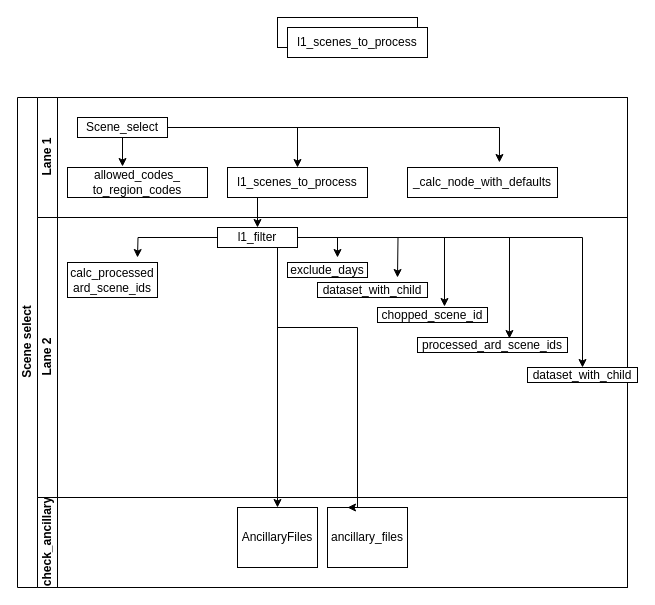
Before: docs/scene_select_swimlanes.drawio in GeoscienceAustralia/dea-ard-scene-select, a draw.io diagram. Source tidied: cells renumbered, new cells numbered last; positions are measured from the earlier drawing's top-left corner, leaving out a move shared by most shapes. Both pictures are drawn from the tidied source at 100%, with x=0, y=0 at pixel (17, 17).
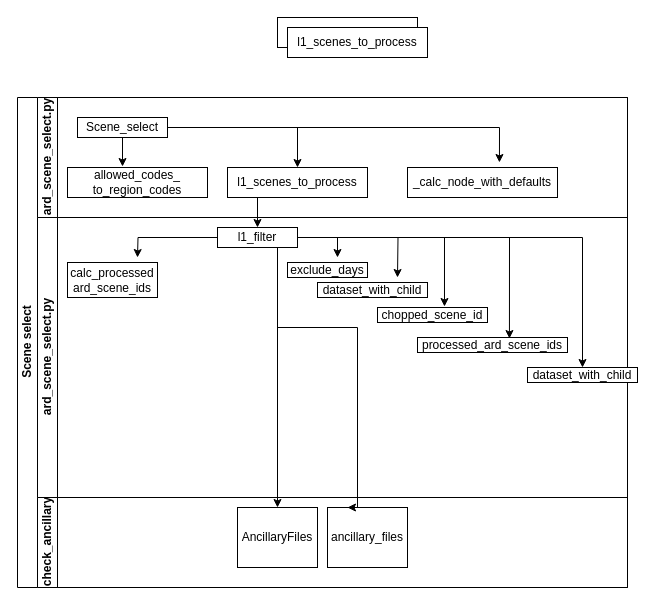
The same diagram, later.

Unchanged cells that the change refers to:
```xml
<mxCell id="2" value="Scene select" style="swimlane;html=1;horizontal=0;startSize=20;" parent="1" vertex="1">
  <mxGeometry y="80" width="610" height="490" as="geometry" />
</mxCell>
```

The edit, as a diff of the source:
```diff
@@
-    <mxCell id="3" value="Lane 1" style="swimlane;html=1;startSize=20;horizontal=0;" parent="2" vertex="1">
+    <mxCell id="3" value="ard_scene_select.py" style="swimlane;html=1;startSize=20;horizontal=0;" parent="2" vertex="1">
       <mxGeometry x="20" width="590" height="120" as="geometry" />
     </mxCell>
@@
-    <mxCell id="11" value="Lane 2" style="swimlane;html=1;startSize=20;horizontal=0;" parent="2" vertex="1">
+    <mxCell id="11" value="ard_scene_select.py" style="swimlane;html=1;startSize=20;horizontal=0;" parent="2" vertex="1">
       <mxGeometry x="20" y="120" width="590" height="280" as="geometry" />
     </mxCell>
```
